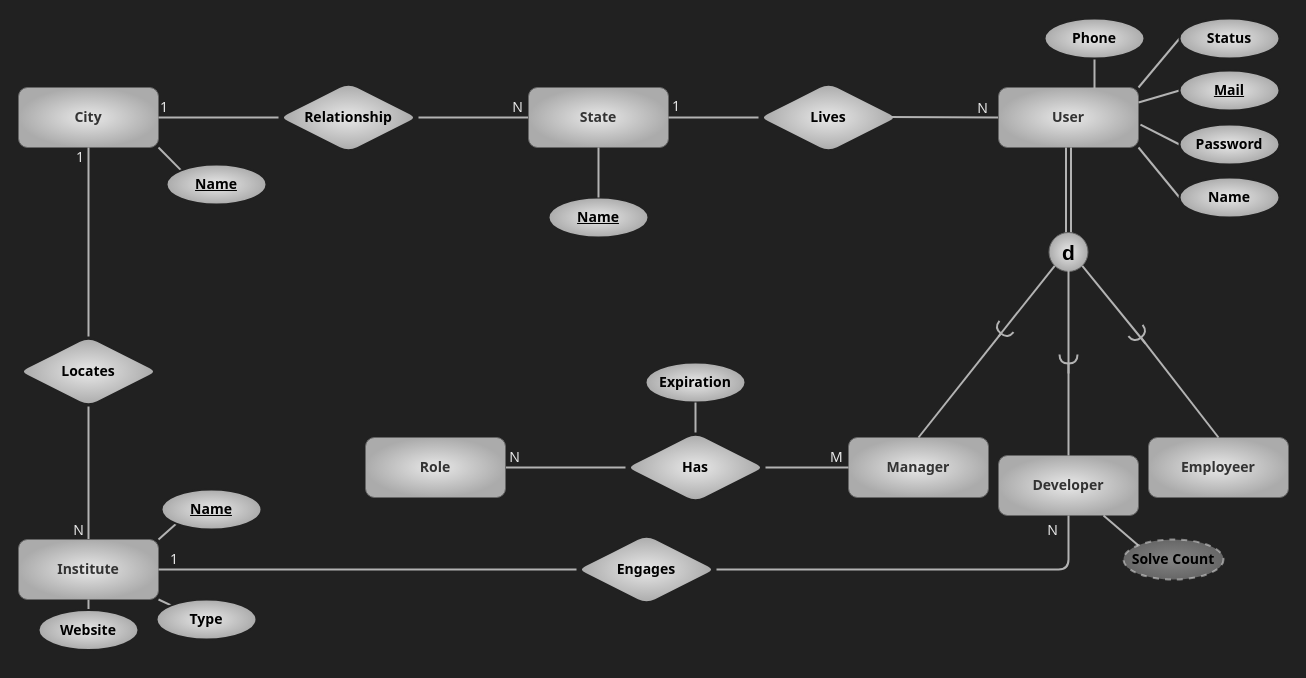
This is page "authentication" (3 of 5) of er.drawio from kntu-db/quera-db, a draw.io file, before an edit. Source tidied: cells renumbered, new cells numbered last; positions are measured from the earlier drawing's top-left corner, leaving out a move shared by most shapes. Both pictures are drawn from the tidied source at 100%, with x=0, y=0 at pixel (18, 18).
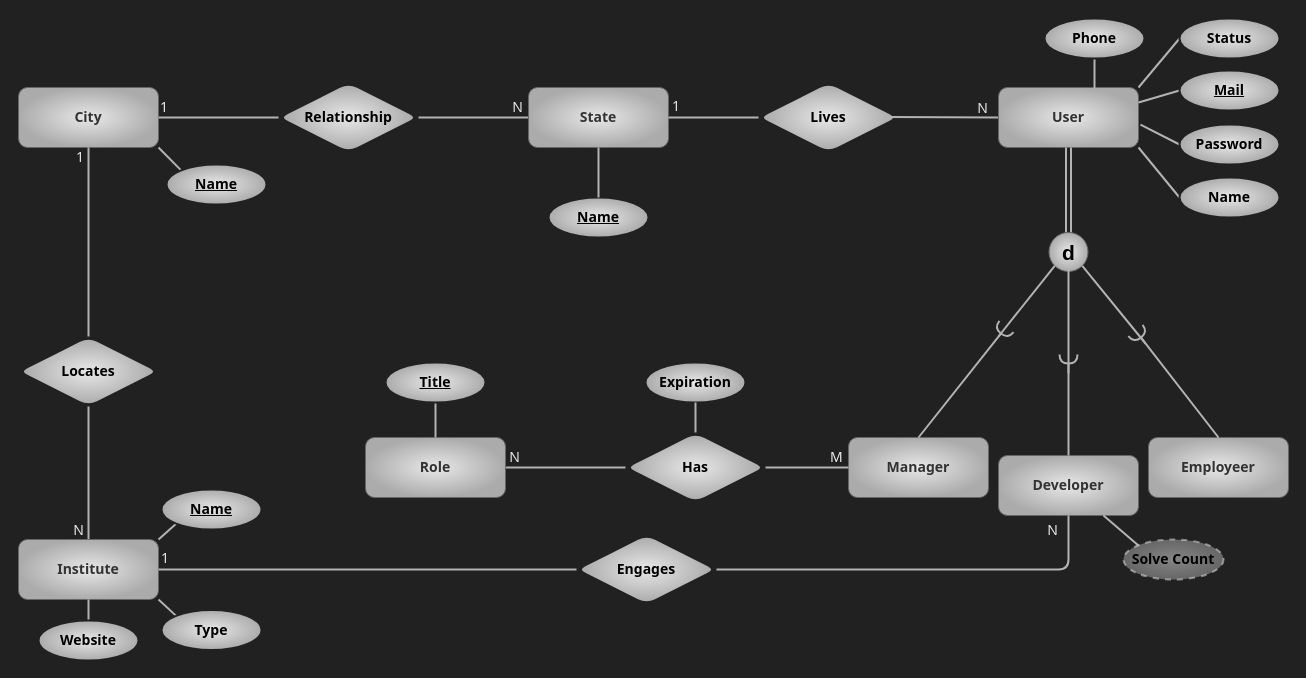
The same page after the edit.

Unchanged cells that the change refers to:
```xml
<mxCell id="49" style="endArrow=none;html=1;rounded=1;shadow=0;sketch=0;fontFamily=Tahoma;fontSize=14;fontColor=#E8E8E8;strokeWidth=2;fillColor=none;strokeColor=#B3B3B3;entryX=1;entryY=0.5;entryDx=0;entryDy=0;exitX=0;exitY=0.5;exitDx=0;exitDy=0;" parent="1" edge="1" source="51" target="10">
  <mxGeometry relative="1" as="geometry" />
</mxCell>
<mxCell id="66" value="Role" style="whiteSpace=wrap;html=1;align=center;fontFamily=Tahoma;rounded=1;fillColor=#E8E8E8;strokeColor=#666666;fontColor=#333333;gradientColor=#ABABAB;gradientDirection=radial;fontSize=14;labelBackgroundColor=none;fontStyle=1;" parent="1" vertex="1">
  <mxGeometry x="347" y="419" width="140" height="60" as="geometry" />
</mxCell>
```

Diff of the diagram source:
```diff
@@
     <mxCell id="14" value="Type" style="ellipse;whiteSpace=wrap;html=1;align=center;rounded=1;labelBackgroundColor=none;fontFamily=Tahoma;fontSize=14;fontColor=#000000;strokeColor=#212121;strokeWidth=2;fillColor=#E8E8E8;gradientColor=#ABABAB;gradientDirection=radial;fontStyle=1;" parent="1" vertex="1">
-      <mxGeometry x="138" y="581" width="100" height="40" as="geometry" />
+      <mxGeometry x="143" y="591.5" width="100" height="40" as="geometry" />
     </mxCell>
     <mxCell id="15" value="Website" style="ellipse;whiteSpace=wrap;html=1;align=center;rounded=1;labelBackgroundColor=none;fontFamily=Tahoma;fontSize=14;fontColor=#000000;strokeColor=#212121;strokeWidth=2;fillColor=#E8E8E8;gradientColor=#ABABAB;gradientDirection=radial;fontStyle=1;" parent="1" vertex="1">
-      <mxGeometry x="20" y="591.5" width="100" height="40" as="geometry" />
+      <mxGeometry x="20" y="602" width="100" height="40" as="geometry" />
     </mxCell>
@@
     <mxCell id="50" value="1" style="html=1;align=right;verticalAlign=bottom;rounded=1;shadow=0;glass=0;labelBackgroundColor=none;labelBorderColor=none;fontFamily=Tahoma;fontSize=14;fontColor=#E8E8E8;strokeColor=#3D3D3D;strokeWidth=1;fillColor=#E8E8E8;gradientColor=#ABABAB;gradientDirection=radial;" parent="49" vertex="1">
       <mxGeometry x="1" relative="1" as="geometry">
-        <mxPoint x="20" as="offset" />
+        <mxPoint x="11" y="-1" as="offset" />
       </mxGeometry>
     </mxCell>
@@
+    <mxCell id="70" style="edgeStyle=none;html=1;exitX=0.5;exitY=1;exitDx=0;exitDy=0;entryX=0.5;entryY=0;entryDx=0;entryDy=0;endArrow=none;endFill=0;strokeColor=#B3B3B3;strokeWidth=2;" parent="1" edge="1" source="71" target="66">
+      <mxGeometry relative="1" as="geometry" />
+    </mxCell>
+    <mxCell id="71" value="Title" style="ellipse;whiteSpace=wrap;html=1;align=center;rounded=1;labelBackgroundColor=none;fontFamily=Tahoma;fontSize=14;fontColor=#000000;strokeColor=#212121;strokeWidth=2;fillColor=#E8E8E8;gradientColor=#ABABAB;gradientDirection=radial;fontStyle=5;" parent="1" vertex="1">
+      <mxGeometry x="367" y="344" width="100" height="40" as="geometry" />
+    </mxCell>
```
